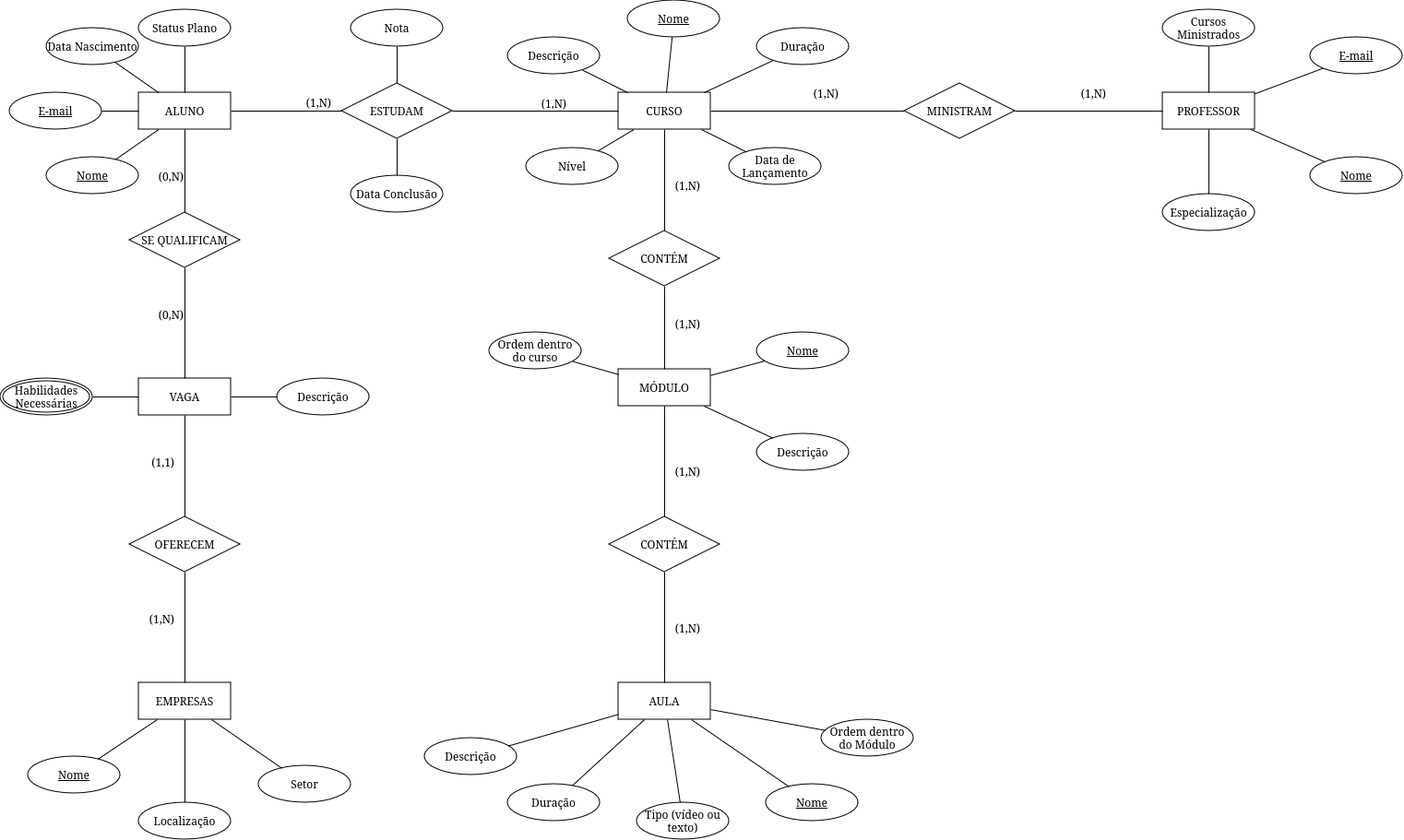
This is Diagrama/diagramaBD_v5.png from kenjiThiago/ProjetoBD1, a draw.io export, as it was before one commit. Source tidied: cells renumbered, new cells last; positions are measured from the earlier drawing's top-left corner, leaving out a move shared by most shapes.
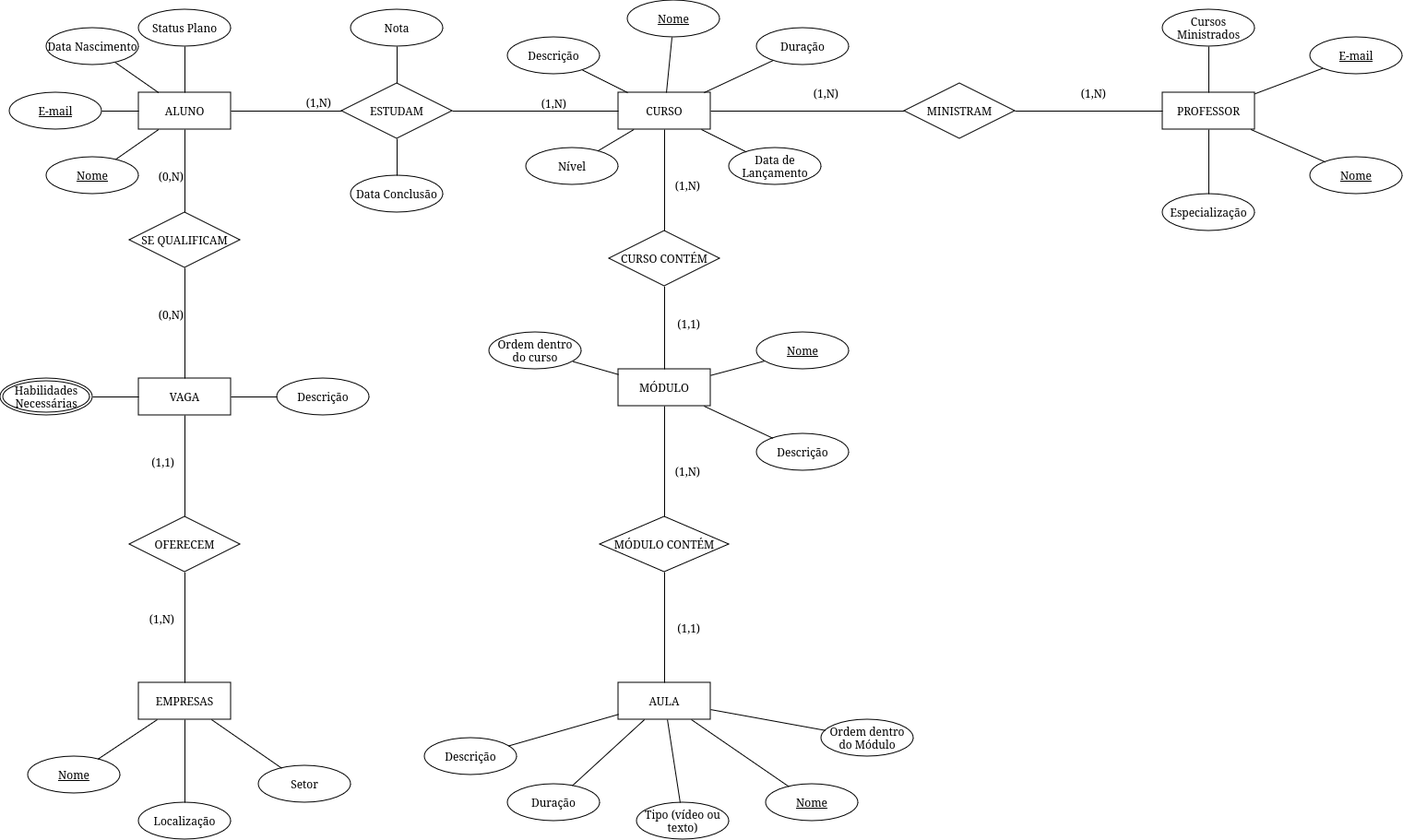
The same diagram one commit later.

Commit message:
[Diagrama] Mudado o diagrama e mapeamento

Diff of the diagram source:
```diff
@@ -110,7 +110,7 @@
     <mxCell id="35" style="endArrow=none;html=1;rounded=0;" parent="1" edge="1" source="88" target="34">
       <mxGeometry relative="1" as="geometry" />
     </mxCell>
-    <mxCell id="36" value="(1,N)" style="html=1;whiteSpace=wrap;align=right;verticalAlign=bottom;" parent="35" vertex="1">
+    <mxCell id="36" value="(1,1)" style="html=1;whiteSpace=wrap;align=right;verticalAlign=bottom;" parent="35" vertex="1">
       <mxGeometry x="1" relative="1" as="geometry">
         <mxPoint x="40" y="-40" as="offset" />
       </mxGeometry>
@@ -138,8 +138,8 @@
     <mxCell id="43" style="endArrow=none;html=1;rounded=0;" parent="1" edge="1" source="34" target="59">
       <mxGeometry relative="1" as="geometry" />
     </mxCell>
-    <mxCell id="44" value="CONTÉM" style="shape=rhombus;perimeter=rhombusPerimeter;whiteSpace=wrap;html=1;align=center;" parent="1" vertex="1">
-      <mxGeometry x="660" y="560" width="120" height="60" as="geometry" />
+    <mxCell id="44" value="MÓDULO CONTÉM" style="shape=rhombus;perimeter=rhombusPerimeter;whiteSpace=wrap;html=1;align=center;" parent="1" vertex="1">
+      <mxGeometry x="650" y="560" width="140" height="60" as="geometry" />
     </mxCell>
     <mxCell id="45" style="endArrow=none;html=1;rounded=0;" parent="1" edge="1" source="44" target="34">
       <mxGeometry relative="1" as="geometry" />
@@ -155,7 +155,7 @@
     <mxCell id="48" style="endArrow=none;html=1;rounded=0;entryX=0.5;entryY=0;entryDx=0;entryDy=0;exitX=0.5;exitY=1;exitDx=0;exitDy=0;" parent="1" edge="1" source="44" target="47">
       <mxGeometry relative="1" as="geometry" />
     </mxCell>
-    <mxCell id="49" value="(1,N)" style="html=1;whiteSpace=wrap;align=right;verticalAlign=bottom;" parent="48" vertex="1">
+    <mxCell id="49" value="(1,1)" style="html=1;whiteSpace=wrap;align=right;verticalAlign=bottom;" parent="48" vertex="1">
       <mxGeometry x="1" relative="1" as="geometry">
         <mxPoint x="40" y="-50" as="offset" />
       </mxGeometry>
@@ -284,7 +284,7 @@
         <mxPoint x="5.1" y="10.5" as="offset" />
       </mxGeometry>
     </mxCell>
-    <mxCell id="88" value="CONTÉM" style="shape=rhombus;perimeter=rhombusPerimeter;whiteSpace=wrap;html=1;align=center;" parent="1" vertex="1">
+    <mxCell id="88" value="CURSO CONTÉM" style="shape=rhombus;perimeter=rhombusPerimeter;whiteSpace=wrap;html=1;align=center;" parent="1" vertex="1">
       <mxGeometry x="660" y="250" width="120" height="60" as="geometry" />
     </mxCell>
     <mxCell id="89" value="Data Conclusão" style="ellipse;whiteSpace=wrap;html=1;align=center;" parent="1" vertex="1">
```
